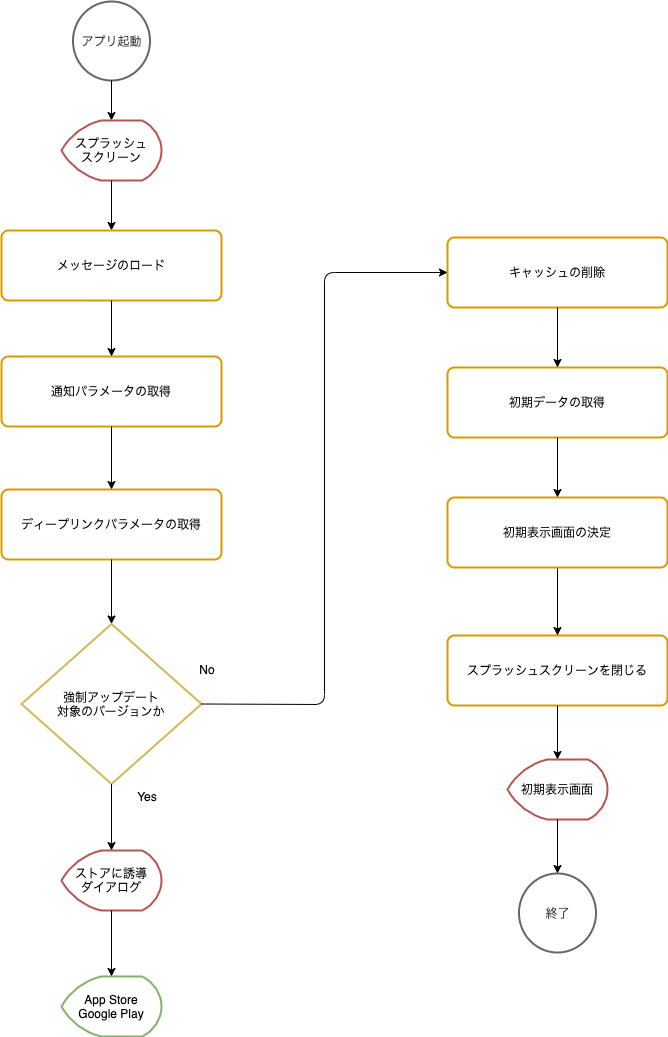
Before: website/docs/react-native/santoku/application-architecture/life-cycle-management/initialization-flow.drawio.png, a diagram exported from draw.io (ws-4020/mobile-app-crib-notes). Source tidied: cells renumbered, new cells last; positions are measured from the earlier drawing's top-left corner, leaving out a move shared by most shapes.
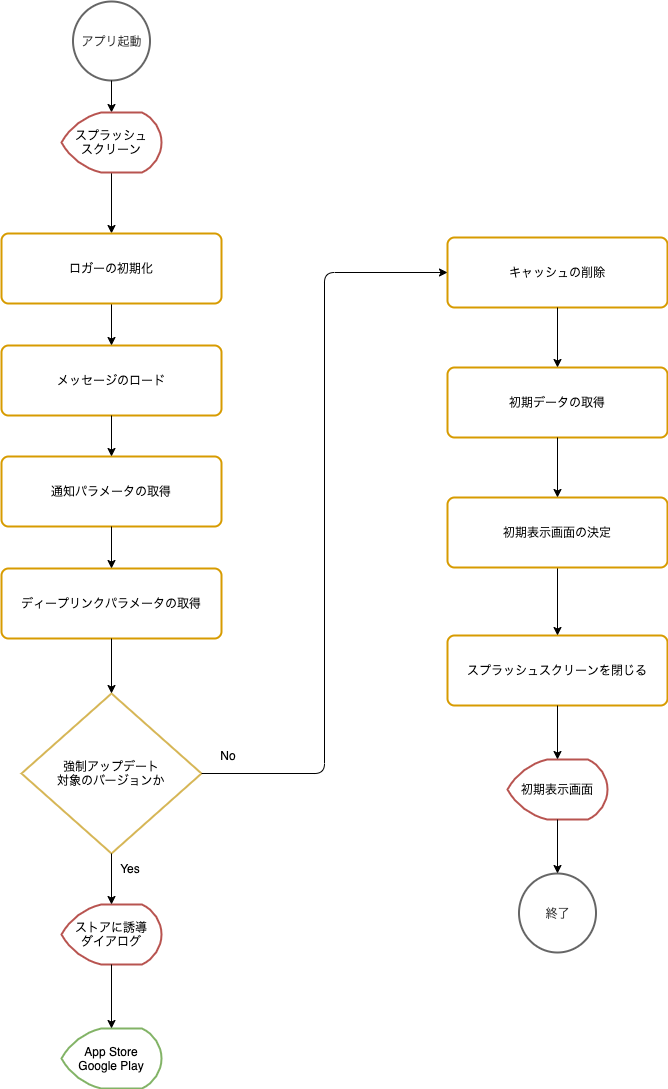
Later version of the same file.

Commit message:
ロガーの初期化追加

The edit, as a diff of the source:
```diff
@@ -3,7 +3,7 @@
     <mxCell id="0" />
     <mxCell id="1" parent="0" />
     <mxCell id="2" value="強制アップデート&lt;br&gt;対象のバージョンか" style="strokeWidth=2;html=1;shape=mxgraph.flowchart.decision;whiteSpace=wrap;verticalAlign=middle;strokeColor=#d6b656;" parent="1" vertex="1">
-      <mxGeometry x="20" y="622.5" width="180" height="160" as="geometry" />
+      <mxGeometry x="20" y="692" width="180" height="160" as="geometry" />
     </mxCell>
     <mxCell id="3" value="アプリ起動" style="strokeWidth=2;html=1;shape=mxgraph.flowchart.start_2;whiteSpace=wrap;verticalAlign=middle;strokeColor=#666666;fontColor=#333333;" parent="1" vertex="1">
       <mxGeometry x="71.5" width="77" height="79" as="geometry" />
@@ -12,22 +12,22 @@
       <mxGeometry x="-604" y="21" as="geometry" />
     </mxCell>
     <mxCell id="5" value="App Store&lt;br&gt;Google Play" style="strokeWidth=2;html=1;shape=mxgraph.flowchart.display;whiteSpace=wrap;verticalAlign=middle;strokeColor=#82b366;" parent="1" vertex="1">
-      <mxGeometry x="60" y="975" width="100" height="60" as="geometry" />
+      <mxGeometry x="60" y="1027" width="100" height="60" as="geometry" />
     </mxCell>
     <mxCell id="6" value="Yes" style="text;html=1;strokeColor=none;fillColor=none;align=center;verticalAlign=middle;whiteSpace=wrap;rounded=0;" parent="1" vertex="1">
-      <mxGeometry x="126" y="785" width="40" height="20" as="geometry" />
+      <mxGeometry x="108.5" y="857" width="40" height="20" as="geometry" />
     </mxCell>
     <mxCell id="7" value="No" style="text;html=1;strokeColor=none;fillColor=none;align=center;verticalAlign=middle;whiteSpace=wrap;rounded=0;" parent="1" vertex="1">
-      <mxGeometry x="186" y="658" width="40" height="20" as="geometry" />
+      <mxGeometry x="207" y="744" width="40" height="20" as="geometry" />
     </mxCell>
+    <mxCell id="31" style="edgeStyle=orthogonalEdgeStyle;rounded=0;jettySize=auto;html=1;" parent="1" edge="1" source="8" target="33">
+      <mxGeometry relative="1" as="geometry" />
+    </mxCell>
     <mxCell id="8" value="スプラッシュ&lt;br&gt;スクリーン" style="strokeWidth=2;html=1;shape=mxgraph.flowchart.display;whiteSpace=wrap;verticalAlign=middle;strokeColor=#b85450;" parent="1" vertex="1">
-      <mxGeometry x="60" y="119" width="100" height="60" as="geometry" />
+      <mxGeometry x="60" y="111" width="100" height="60" as="geometry" />
     </mxCell>
-    <mxCell id="9" style="endArrow=classic;html=1;entryX=0.5;entryY=0;entryDx=0;entryDy=0;" parent="1" edge="1" source="8" target="29">
-      <mxGeometry x="-604" y="21" as="geometry" />
-    </mxCell>
     <mxCell id="10" value="ストアに誘導&lt;br&gt;ダイアログ" style="strokeWidth=2;html=1;shape=mxgraph.flowchart.display;whiteSpace=wrap;verticalAlign=middle;strokeColor=#b85450;" parent="1" vertex="1">
-      <mxGeometry x="60" y="849" width="100" height="60" as="geometry" />
+      <mxGeometry x="60" y="903" width="100" height="60" as="geometry" />
     </mxCell>
     <mxCell id="11" style="endArrow=classic;html=1;" parent="1" edge="1" source="10" target="5">
       <mxGeometry x="-806" y="601" as="geometry" />
@@ -66,13 +66,13 @@
       <mxGeometry x="446" y="236" width="220" height="70" as="geometry" />
     </mxCell>
     <mxCell id="23" value="通知パラメータの取得" style="rounded=1;whiteSpace=wrap;html=1;absoluteArcSize=1;arcSize=14;strokeWidth=2;verticalAlign=middle;strokeColor=#d79b00;" parent="1" vertex="1">
-      <mxGeometry y="355" width="220" height="70" as="geometry" />
+      <mxGeometry y="455" width="220" height="70" as="geometry" />
     </mxCell>
     <mxCell id="24" value="ディープリンクパラメータの取得" style="rounded=1;whiteSpace=wrap;html=1;absoluteArcSize=1;arcSize=14;strokeWidth=2;verticalAlign=middle;strokeColor=#d79b00;" parent="1" vertex="1">
-      <mxGeometry y="488" width="220" height="70" as="geometry" />
+      <mxGeometry y="567" width="220" height="70" as="geometry" />
     </mxCell>
     <mxCell id="25" style="endArrow=classic;html=1;entryX=0.5;entryY=0;entryDx=0;entryDy=0;exitX=0.5;exitY=1;exitDx=0;exitDy=0;" parent="1" edge="1" source="23" target="24">
-      <mxGeometry x="-594" y="150" as="geometry" />
+      <mxGeometry x="-594" y="173" as="geometry" />
     </mxCell>
     <mxCell id="26" style="endArrow=classic;html=1;entryX=0.5;entryY=0;entryDx=0;entryDy=0;exitX=0.5;exitY=1;exitDx=0;exitDy=0;entryPerimeter=0;" parent="1" edge="1" source="24" target="2">
       <mxGeometry x="-584" y="160" as="geometry" />
@@ -83,16 +83,22 @@
     <mxCell id="28" style="endArrow=classic;html=1;entryX=0;entryY=0.5;entryDx=0;entryDy=0;exitX=1;exitY=0.5;exitDx=0;exitDy=0;exitPerimeter=0;" parent="1" edge="1" source="2" target="22">
       <mxGeometry x="-594" y="315.5" as="geometry">
         <Array as="points">
-          <mxPoint x="323" y="703" />
+          <mxPoint x="323" y="772" />
           <mxPoint x="323" y="271" />
         </Array>
       </mxGeometry>
     </mxCell>
     <mxCell id="29" value="メッセージのロード" style="rounded=1;whiteSpace=wrap;html=1;absoluteArcSize=1;arcSize=14;strokeWidth=2;verticalAlign=middle;strokeColor=#d79b00;" parent="1" vertex="1">
-      <mxGeometry y="229" width="220" height="70" as="geometry" />
+      <mxGeometry y="344" width="220" height="70" as="geometry" />
     </mxCell>
     <mxCell id="30" style="endArrow=classic;html=1;exitX=0.5;exitY=1;exitDx=0;exitDy=0;" parent="1" edge="1" source="29" target="23">
-      <mxGeometry x="-594" y="31" as="geometry" />
+      <mxGeometry x="-594" y="54" as="geometry" />
     </mxCell>
+    <mxCell id="32" style="edgeStyle=orthogonalEdgeStyle;rounded=0;jettySize=auto;html=1;" parent="1" edge="1" source="33" target="29">
+      <mxGeometry relative="1" as="geometry" />
+    </mxCell>
+    <mxCell id="33" value="ロガーの初期化" style="rounded=1;whiteSpace=wrap;html=1;absoluteArcSize=1;arcSize=14;strokeWidth=2;verticalAlign=middle;strokeColor=#d79b00;" parent="1" vertex="1">
+      <mxGeometry y="232" width="220" height="70" as="geometry" />
+    </mxCell>
   </root>
 </mxGraphModel>
```
